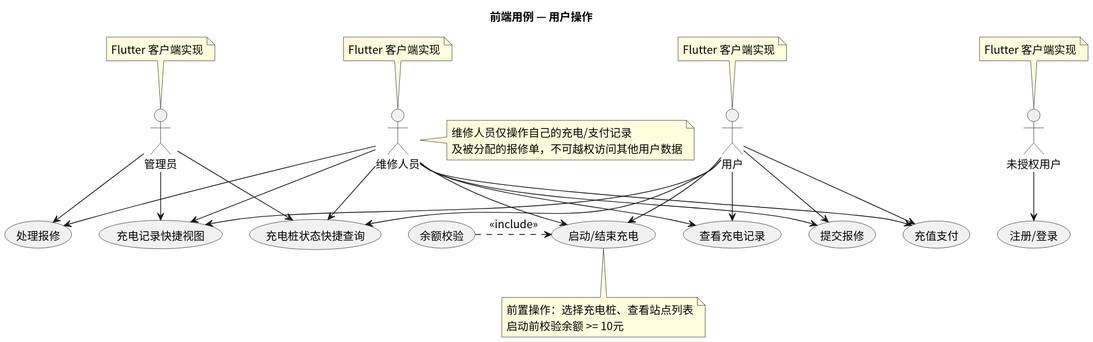
Earlier version of the PlantUML export usecase/docs/frontend/img/frontend_usecases.svg (greenhandzdl/charging-station-doc).
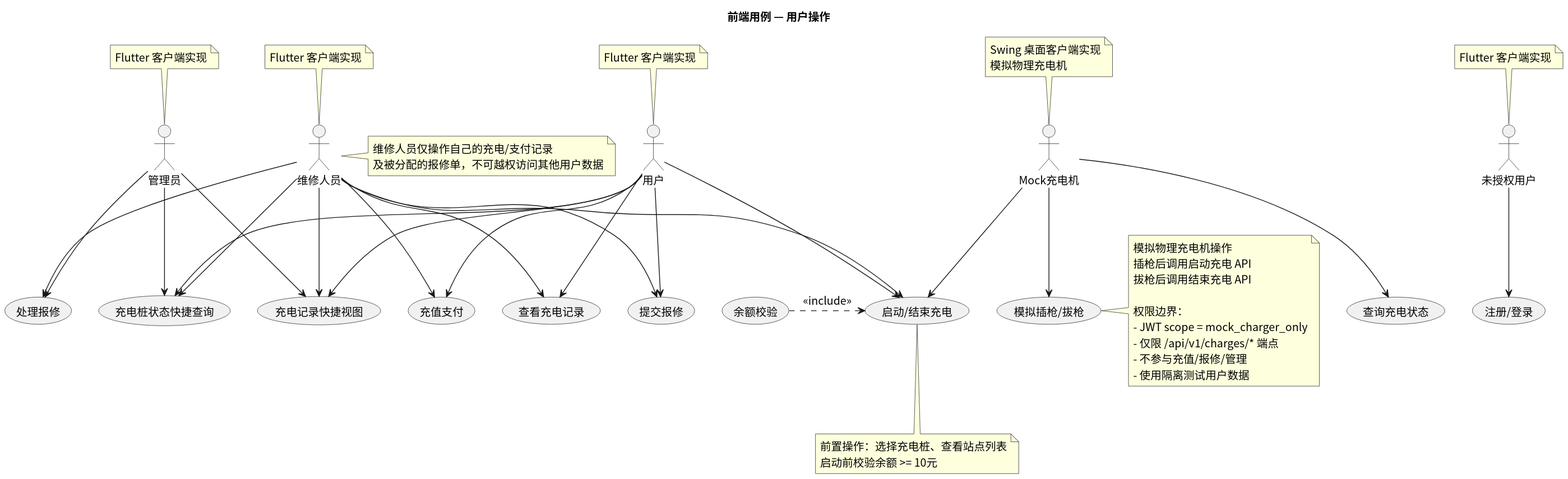
Later version of the same file.

What changed in the source:
```diff
@@ -8,11 +8,13 @@
 actor "用户" as U
 actor "维修人员" as M
 actor "管理员" as A
+actor "Mock充电机" as MC
 
 note top of G : Flutter 客户端实现
 note top of U : Flutter 客户端实现
 note top of M : Flutter 客户端实现
 note top of A : Flutter 客户端实现
+note top of MC : Swing 桌面客户端实现\n模拟物理充电机
 
 usecase "注册/登录" as LOG
 usecase "启动/结束充电" as CS
@@ -23,6 +25,8 @@
 usecase "处理报修" as HR
 usecase "充电记录快捷视图" as QV
 usecase "充电桩状态快捷查询" as QC
+usecase "模拟插枪/拔枪" as MOC
+usecase "查询充电状态" as QCS
 
 G --> LOG
 U --> CS
@@ -44,4 +48,8 @@
 A --> HR
 A --> QV
 A --> QC
+MC --> MOC
+MC --> CS
+MC --> QCS
+note right of MOC : 模拟物理充电机操作\n插枪后调用启动充电 API\n拔枪后调用结束充电 API\n\n权限边界：\n- JWT scope = mock_charger_only\n- 仅限 /api/v1/charges/* 端点\n- 不参与充值/报修/管理\n- 使用隔离测试用户数据
 @enduml
```
